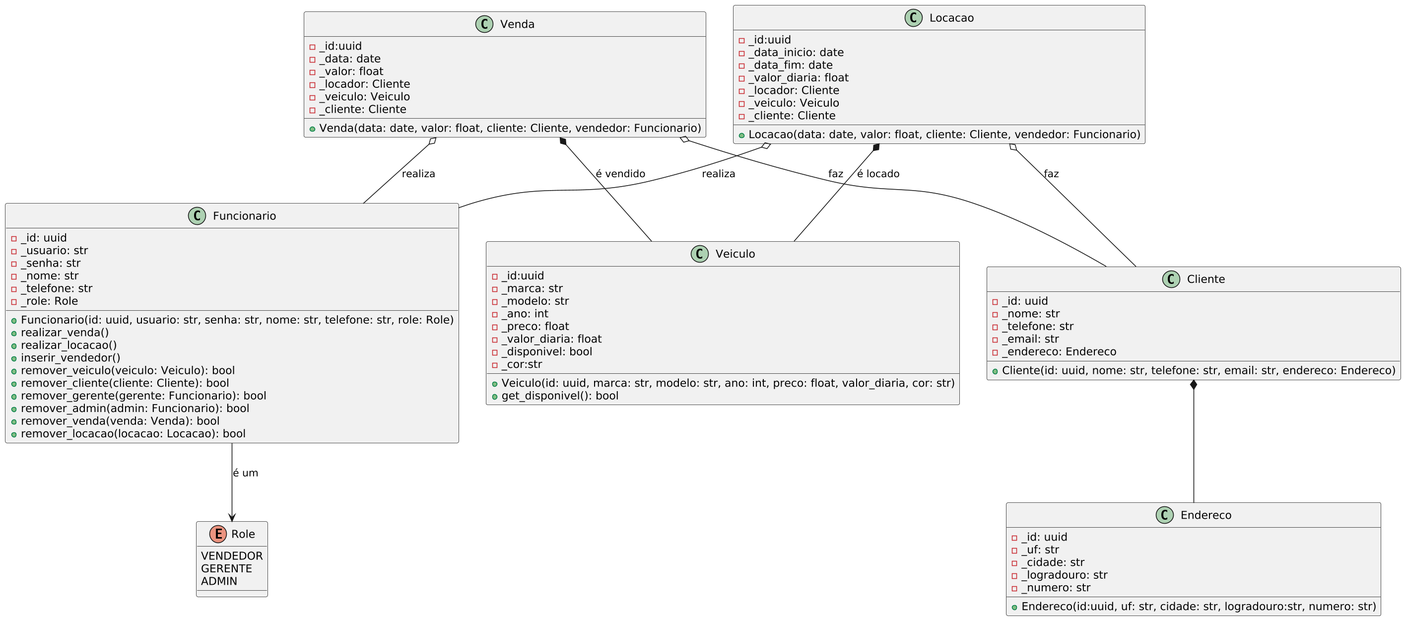
Earlier version of the PlantUML export Modelagem/image.png (gabrielraulino/DS-Persist-SmartAuto).
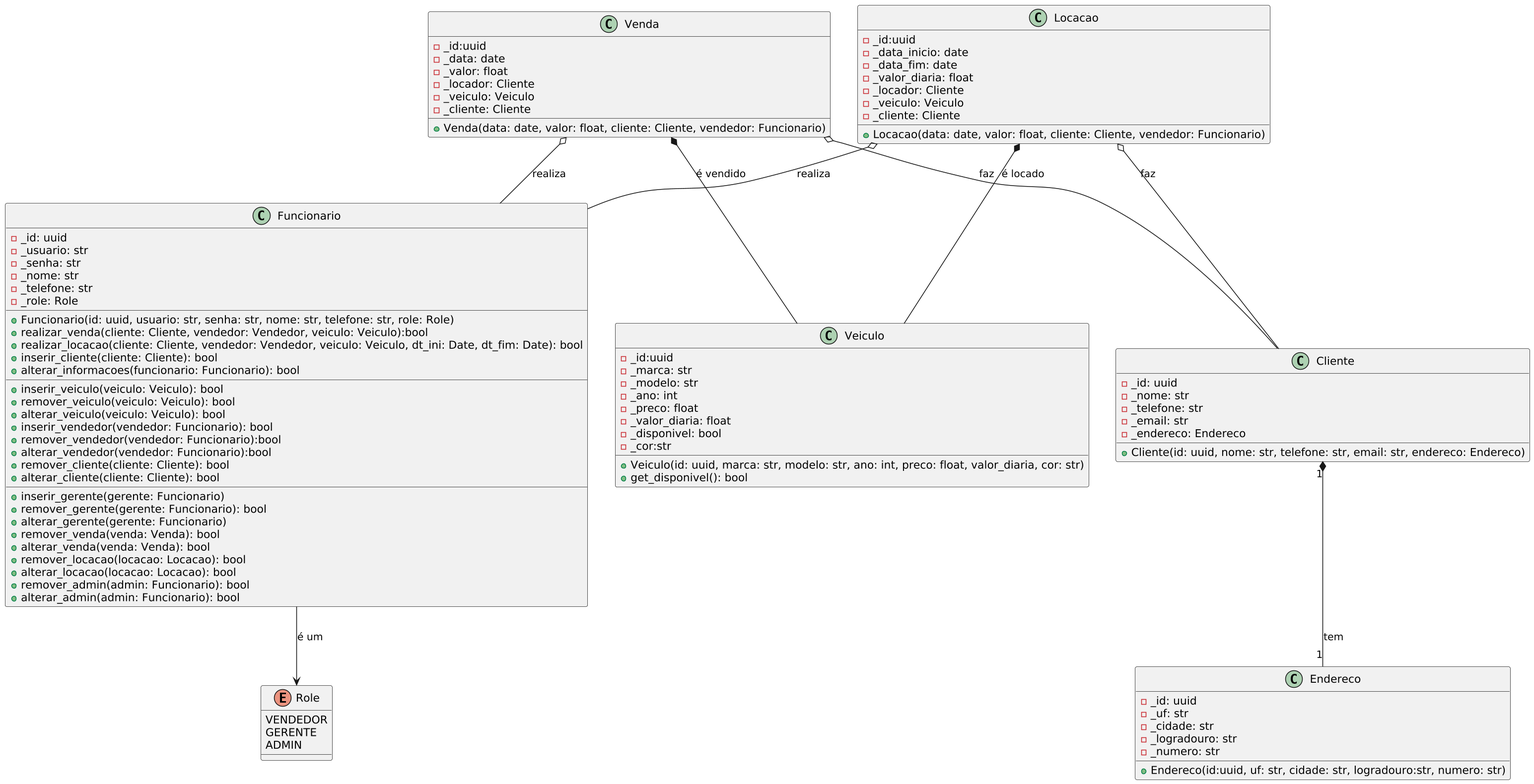
After the commit.

Commit message:
docs: imagem modelagem

The edit, as a diff of the source:
```diff
@@ -15,17 +15,31 @@
   -_nome: str
   -_telefone: str
   -_role: Role
-
+  __
   +Funcionario(id: uuid, usuario: str, senha: str, nome: str, telefone: str, role: Role)
-  +realizar_venda()
-  +realizar_locacao()
-  +inserir_vendedor()
+  +realizar_venda(cliente: Cliente, vendedor: Vendedor, veiculo: Veiculo):bool
+  +realizar_locacao(cliente: Cliente, vendedor: Vendedor, veiculo: Veiculo, dt_ini: Date, dt_fim: Date): bool
+  +inserir_cliente(cliente: Cliente): bool
+  +alterar_informacoes(funcionario: Funcionario): bool
+  __
+  +inserir_veiculo(veiculo: Veiculo): bool
   +remover_veiculo(veiculo: Veiculo): bool
+  +alterar_veiculo(veiculo: Veiculo): bool
+  +inserir_vendedor(vendedor: Funcionario): bool
+  +remover_vendedor(vendedor: Funcionario):bool
+  +alterar_vendedor(vendedor: Funcionario):bool
   +remover_cliente(cliente: Cliente): bool
+  +alterar_cliente(cliente: Cliente): bool
+  __
+  +inserir_gerente(gerente: Funcionario)
   +remover_gerente(gerente: Funcionario): bool
+  +alterar_gerente(gerente: Funcionario)
+  +remover_venda(venda: Venda): bool
+  +alterar_venda(venda: Venda): bool
+  +remover_locacao(locacao: Locacao): bool
+  +alterar_locacao(locacao: Locacao): bool
   +remover_admin(admin: Funcionario): bool
-  +remover_venda(venda: Venda): bool
-  +remover_locacao(locacao: Locacao): bool
+  +alterar_admin(admin: Funcionario): bool
 }
 Funcionario --> Role : "é um"
 class Cliente {
@@ -91,5 +105,5 @@
 Locacao o-- Cliente : "faz"
 Locacao o-- Funcionario : "realiza"
 
-Cliente *-- Endereco
+Cliente "1"*-- "1"Endereco : "tem"
 @enduml
```
